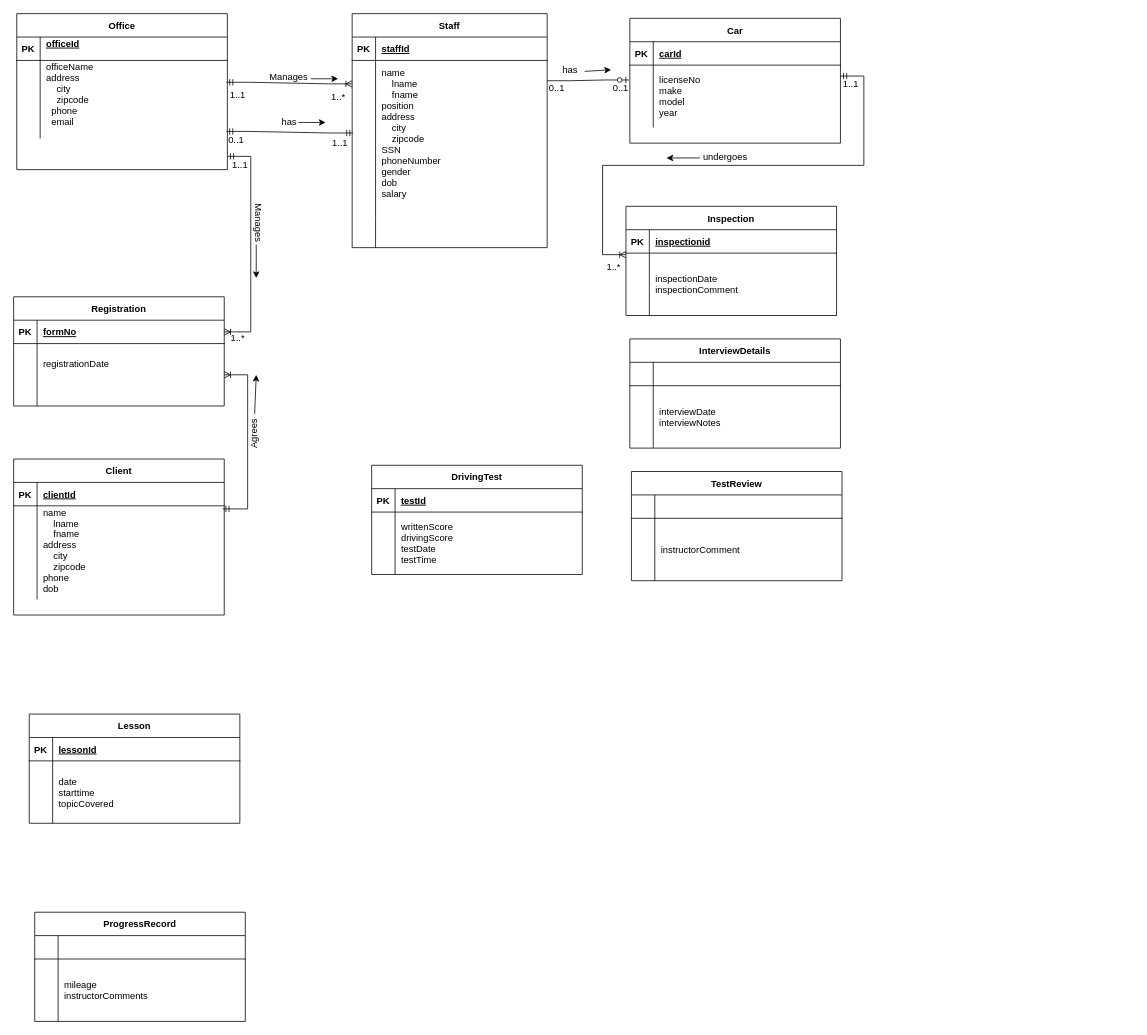
Before: dbms project part 1.drawio in arindakhill/7.-DBMS-by-Mrudula-Mukadam, a draw.io diagram. Source tidied: cells renumbered, new cells numbered last; positions are measured from the earlier drawing's top-left corner, leaving out a move shared by most shapes. Both pictures are drawn from the tidied source at 78%, with x=0, y=0 at pixel (-13, 13).
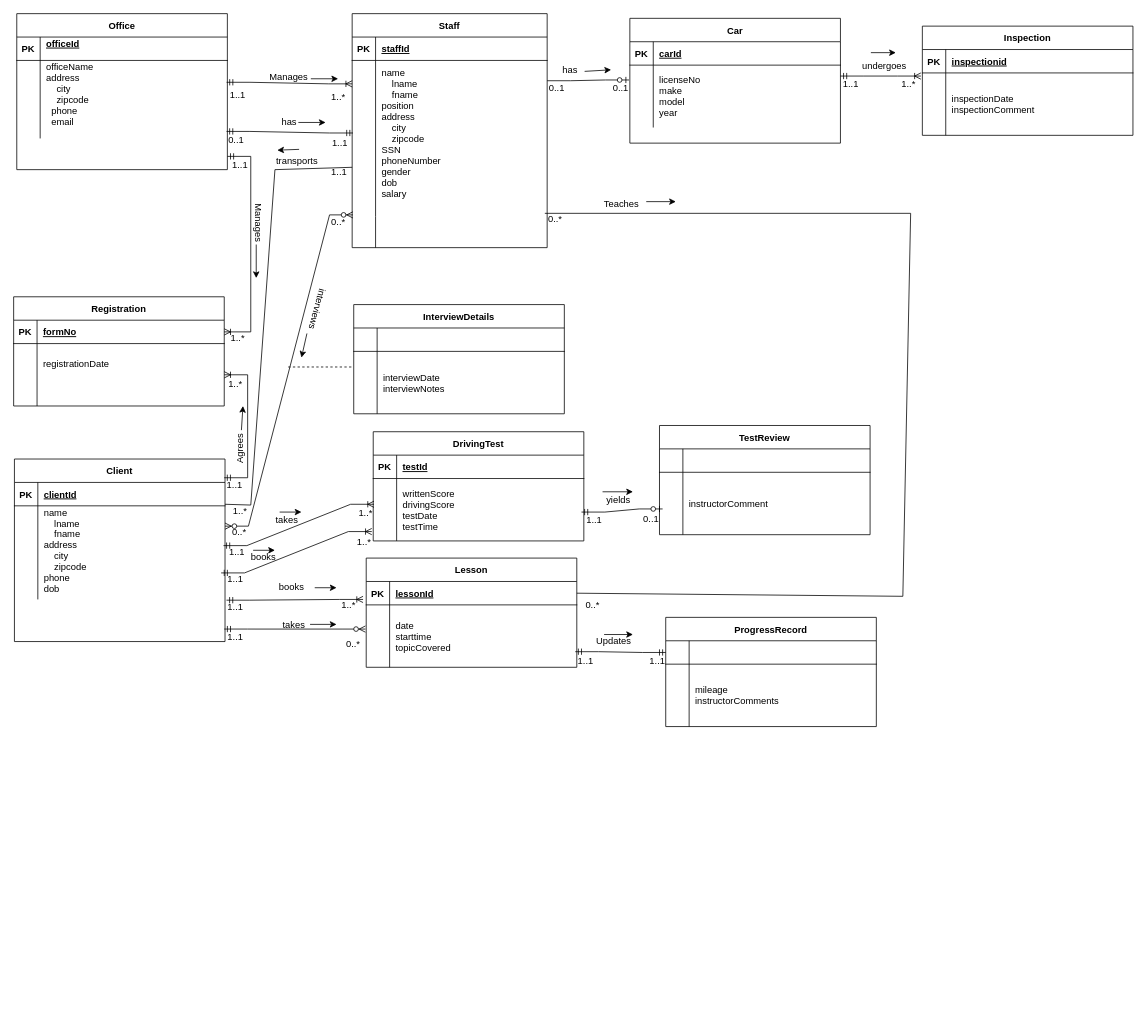
Above is the later version.

The change refers to these unchanged cells:
```xml
<mxCell id="6" style="shape=partialRectangle;fillColor=none;points=[[0,0.5],[1,0.5]];portConstraint=eastwest;top=0;left=0;right=0;bottom=0;" parent="2" vertex="1">
  <mxGeometry y="60" width="250" height="200" as="geometry" />
</mxCell>
<mxCell id="20" style="shape=partialRectangle;fillColor=none;points=[[0,0.5],[1,0.5]];portConstraint=eastwest;top=0;left=0;right=0;bottom=1;" parent="19" vertex="1">
  <mxGeometry y="30" width="270" height="30" as="geometry" />
</mxCell>
<mxCell id="23" style="shape=partialRectangle;fillColor=none;points=[[0,0.5],[1,0.5]];portConstraint=eastwest;top=0;left=0;right=0;bottom=0;" parent="19" vertex="1">
  <mxGeometry y="60" width="270" height="120" as="geometry" />
</mxCell>
<mxCell id="30" style="shape=partialRectangle;fillColor=none;points=[[0,0.5],[1,0.5]];portConstraint=eastwest;top=0;left=0;right=0;bottom=0;" parent="26" vertex="1">
  <mxGeometry y="60" width="270" height="80" as="geometry" />
</mxCell>
<mxCell id="37" style="shape=partialRectangle;fillColor=none;points=[[0,0.5],[1,0.5]];portConstraint=eastwest;top=0;left=0;right=0;bottom=0;" parent="33" vertex="1">
  <mxGeometry y="60" width="270" height="80" as="geometry" />
</mxCell>
<mxCell id="44" style="shape=partialRectangle;fillColor=none;points=[[0,0.5],[1,0.5]];portConstraint=eastwest;top=0;left=0;right=0;bottom=0;" parent="40" vertex="1">
  <mxGeometry y="60" width="270" height="80" as="geometry" />
</mxCell>
<mxCell id="48" style="shape=partialRectangle;fillColor=none;points=[[0,0.5],[1,0.5]];portConstraint=eastwest;top=0;left=0;right=0;bottom=1;" parent="47" vertex="1">
  <mxGeometry y="30" width="270" height="30" as="geometry" />
</mxCell>
<mxCell id="55" style="shape=partialRectangle;fillColor=none;points=[[0,0.5],[1,0.5]];portConstraint=eastwest;top=0;left=0;right=0;bottom=1;" parent="54" vertex="1">
  <mxGeometry y="30" width="270" height="30" as="geometry" />
</mxCell>
<mxCell id="65" style="shape=partialRectangle;fillColor=none;points=[[0,0.5],[1,0.5]];portConstraint=eastwest;top=0;left=0;right=0;bottom=0;" parent="61" vertex="1">
  <mxGeometry y="60" width="270" height="80" as="geometry" />
</mxCell>
```

What changed in the source:
```diff
@@
     <mxCell id="19" value="Client" style="shape=table;startSize=30;childLayout=tableLayout;rowLines=0;fontStyle=1;align=center;" parent="1" vertex="1">
-      <mxGeometry x="34" y="571" width="270" height="200" as="geometry" />
+      <mxGeometry x="35" y="571" width="270" height="234" as="geometry" />
     </mxCell>
@@
     <mxCell id="40" value="Inspection" style="shape=table;startSize=30;childLayout=tableLayout;rowLines=0;fontStyle=1;align=center;" parent="1" vertex="1">
-      <mxGeometry x="819" y="247" width="270" height="140" as="geometry" />
+      <mxGeometry x="1199" y="16" width="270" height="140" as="geometry" />
     </mxCell>
@@
     <mxCell id="47" value="Lesson" style="shape=table;startSize=30;childLayout=tableLayout;rowLines=0;fontStyle=1;align=center;" parent="1" vertex="1">
-      <mxGeometry x="54" y="898" width="270" height="140" as="geometry" />
+      <mxGeometry x="486" y="698" width="270" height="140" as="geometry" />
     </mxCell>
@@
     <mxCell id="54" value="ProgressRecord" style="shape=table;startSize=30;childLayout=tableLayout;rowLines=0;fontStyle=1;align=center;" parent="1" vertex="1">
-      <mxGeometry x="61" y="1152" width="270" height="140" as="geometry" />
+      <mxGeometry x="870" y="774" width="270" height="140" as="geometry" />
     </mxCell>
@@
     <mxCell id="61" value="DrivingTest" style="shape=table;startSize=30;childLayout=tableLayout;rowLines=0;fontStyle=1;align=center;" parent="1" vertex="1">
-      <mxGeometry x="493" y="579" width="270" height="140" as="geometry" />
+      <mxGeometry x="495" y="536" width="270" height="140" as="geometry" />
     </mxCell>
@@
     <mxCell id="68" value="TestReview" style="shape=table;startSize=30;childLayout=tableLayout;rowLines=0;fontStyle=1;align=center;" parent="1" vertex="1">
-      <mxGeometry x="826" y="587" width="270" height="140" as="geometry" />
+      <mxGeometry x="862" y="528" width="270" height="140" as="geometry" />
     </mxCell>
@@
     <mxCell id="75" value="InterviewDetails" style="shape=table;startSize=30;childLayout=tableLayout;rowLines=0;fontStyle=1;align=center;" parent="1" vertex="1">
-      <mxGeometry x="824" y="417" width="270" height="140" as="geometry" />
+      <mxGeometry x="470" y="373" width="270" height="140" as="geometry" />
     </mxCell>
@@
-    <mxCell id="96" style="edgeStyle=entityRelationEdgeStyle;fontSize=12;html=1;endArrow=ERoneToMany;startArrow=ERmandOne;rounded=0;exitX=1;exitY=0.175;exitDx=0;exitDy=0;exitPerimeter=0;" parent="1" edge="1" source="37">
+    <mxCell id="96" style="edgeStyle=entityRelationEdgeStyle;fontSize=12;html=1;endArrow=ERoneToMany;startArrow=ERmandOne;rounded=0;exitX=1;exitY=0.175;exitDx=0;exitDy=0;exitPerimeter=0;entryX=-0.007;entryY=0.05;entryDx=0;entryDy=0;entryPerimeter=0;" parent="1" edge="1" source="37" target="44">
       <mxGeometry relative="1" as="geometry">
-        <mxPoint x="819" y="309" as="targetPoint" />
         <Array as="points">
           <mxPoint x="943" y="191" />
           <mxPoint x="921" y="219" />
         </Array>
       </mxGeometry>
     </mxCell>
-    <mxCell id="97" style="endArrow=classic;html=1;rounded=0;" parent="1" edge="1">
+    <mxCell id="97" style="endArrow=classic;html=1;rounded=0;entryX=0.707;entryY=-0.154;entryDx=0;entryDy=0;entryPerimeter=0;" parent="1" edge="1" target="98">
       <mxGeometry relative="1" as="geometry">
-        <mxPoint x="914" y="185" as="sourcePoint" />
-        <mxPoint x="871" y="185" as="targetPoint" />
+        <mxPoint x="1133" y="50" as="sourcePoint" />
       </mxGeometry>
     </mxCell>
-    <mxCell id="98" value="undergoes" style="text;html=1;align=center;verticalAlign=middle;points=[];strokeColor=none;fillColor=none;" parent="1" vertex="1">
-      <mxGeometry x="908" y="171" width="75" height="26" as="geometry" />
+    <mxCell id="98" value="undergoes" style="text;html=1;align=center;verticalAlign=middle;points=[];strokeColor=none;fillColor=none;rotation=0;" parent="1" vertex="1">
+      <mxGeometry x="1112" y="54" width="75" height="26" as="geometry" />
     </mxCell>
@@
     <mxCell id="100" value="1..*" style="text;html=1;align=center;verticalAlign=middle;strokeColor=none;fillColor=none;" parent="1" vertex="1">
-      <mxGeometry x="785" y="312" width="36" height="26" as="geometry" />
+      <mxGeometry x="1163" y="78" width="36" height="26" as="geometry" />
     </mxCell>
-    <mxCell id="101" style="edgeStyle=entityRelationEdgeStyle;fontSize=12;html=1;endArrow=ERoneToMany;startArrow=ERmandOne;rounded=0;exitX=0.993;exitY=0.033;exitDx=0;exitDy=0;exitPerimeter=0;" parent="1" edge="1" source="23" target="30">
+    <mxCell id="101" style="edgeStyle=entityRelationEdgeStyle;fontSize=12;html=1;endArrow=ERoneToMany;startArrow=ERmandOne;rounded=0;exitX=0.996;exitY=-0.2;exitDx=0;exitDy=0;exitPerimeter=0;" parent="1" edge="1" source="20" target="30">
       <mxGeometry relative="1" as="geometry" />
     </mxCell>
@@
     <mxCell id="108" value="Agrees" style="text;html=1;align=center;verticalAlign=middle;strokeColor=none;fillColor=none;rotation=270;" parent="1" vertex="1">
-      <mxGeometry x="314" y="526" width="56" height="26" as="geometry" />
+      <mxGeometry x="296" y="545" width="56" height="26" as="geometry" />
     </mxCell>
     <mxCell id="109" style="endArrow=classic;html=1;rounded=0;" parent="1" edge="1">
       <mxGeometry relative="1" as="geometry">
-        <mxPoint x="343" y="513" as="sourcePoint" />
-        <mxPoint x="345" y="463" as="targetPoint" />
+        <mxPoint x="326" y="534" as="sourcePoint" />
+        <mxPoint x="328" y="503" as="targetPoint" />
       </mxGeometry>
     </mxCell>
+    <mxCell id="110" value="1..1" style="text;html=1;align=center;verticalAlign=middle;strokeColor=none;fillColor=none;" parent="1" vertex="1">
+      <mxGeometry x="298" y="592" width="38" height="26" as="geometry" />
+    </mxCell>
+    <mxCell id="111" value="1..*" style="text;html=1;align=center;verticalAlign=middle;strokeColor=none;fillColor=none;" parent="1" vertex="1">
+      <mxGeometry x="300" y="462" width="36" height="26" as="geometry" />
+    </mxCell>
+    <mxCell id="112" style="edgeStyle=entityRelationEdgeStyle;fontSize=12;html=1;endArrow=ERoneToMany;startArrow=ERmandOne;rounded=0;exitX=1.007;exitY=1.008;exitDx=0;exitDy=0;exitPerimeter=0;entryX=-0.015;entryY=0.767;entryDx=0;entryDy=0;entryPerimeter=0;" parent="1" edge="1" source="23" target="48">
+      <mxGeometry relative="1" as="geometry">
+        <Array as="points">
+          <mxPoint x="308" y="749" />
+        </Array>
+      </mxGeometry>
+    </mxCell>
+    <mxCell id="113" value="1..1" style="text;html=1;align=center;verticalAlign=middle;strokeColor=none;fillColor=none;" parent="1" vertex="1">
+      <mxGeometry x="299" y="748" width="38" height="26" as="geometry" />
+    </mxCell>
+    <mxCell id="114" value="1..*" style="text;html=1;align=center;verticalAlign=middle;strokeColor=none;fillColor=none;" parent="1" vertex="1">
+      <mxGeometry x="445" y="746" width="36" height="26" as="geometry" />
+    </mxCell>
+    <mxCell id="115" value="books" style="text;html=1;align=center;verticalAlign=middle;strokeColor=none;fillColor=none;" parent="1" vertex="1">
+      <mxGeometry x="365" y="723" width="50" height="26" as="geometry" />
+    </mxCell>
+    <mxCell id="116" style="endArrow=classic;html=1;rounded=0;" parent="1" edge="1">
+      <mxGeometry relative="1" as="geometry">
+        <mxPoint x="420" y="736" as="sourcePoint" />
+        <mxPoint x="448" y="736" as="targetPoint" />
+      </mxGeometry>
+    </mxCell>
+    <mxCell id="117" style="edgeStyle=entityRelationEdgeStyle;fontSize=12;html=1;endArrow=ERzeroToMany;startArrow=ERmandOne;rounded=0;exitX=0.132;exitY=0.115;exitDx=0;exitDy=0;exitPerimeter=0;" parent="1" edge="1" source="118">
+      <mxGeometry relative="1" as="geometry">
+        <mxPoint x="485" y="789" as="targetPoint" />
+      </mxGeometry>
+    </mxCell>
+    <mxCell id="118" value="1..1" style="text;html=1;align=center;verticalAlign=middle;points=[];strokeColor=none;fillColor=none;" parent="1" vertex="1">
+      <mxGeometry x="299" y="786" width="38" height="26" as="geometry" />
+    </mxCell>
+    <mxCell id="119" value="0..*" style="text;html=1;align=center;verticalAlign=middle;strokeColor=none;fillColor=none;" parent="1" vertex="1">
+      <mxGeometry x="451" y="796" width="36" height="26" as="geometry" />
+    </mxCell>
+    <mxCell id="120" value="takes" style="text;html=1;align=center;verticalAlign=middle;strokeColor=none;fillColor=none;" parent="1" vertex="1">
+      <mxGeometry x="369" y="771" width="47" height="26" as="geometry" />
+    </mxCell>
+    <mxCell id="121" style="endArrow=classic;html=1;rounded=0;entryX=-0.111;entryY=-0.154;entryDx=0;entryDy=0;entryPerimeter=0;" parent="1" edge="1">
+      <mxGeometry relative="1" as="geometry">
+        <mxPoint x="414" y="783" as="sourcePoint" />
+        <mxPoint x="448" y="783" as="targetPoint" />
+      </mxGeometry>
+    </mxCell>
+    <mxCell id="122" style="edgeStyle=entityRelationEdgeStyle;fontSize=12;html=1;endArrow=ERoneToMany;startArrow=ERmandOne;rounded=0;exitX=1.007;exitY=1.008;exitDx=0;exitDy=0;exitPerimeter=0;entryX=-0.007;entryY=0.85;entryDx=0;entryDy=0;entryPerimeter=0;" parent="1" edge="1" target="65">
+      <mxGeometry relative="1" as="geometry">
+        <mxPoint x="300" y="717" as="sourcePoint" />
+        <Array as="points">
+          <mxPoint x="301" y="714" />
+        </Array>
+      </mxGeometry>
+    </mxCell>
+    <mxCell id="123" style="edgeStyle=entityRelationEdgeStyle;fontSize=12;html=1;endArrow=ERoneToMany;startArrow=ERmandOne;rounded=0;exitX=1.007;exitY=1.008;exitDx=0;exitDy=0;exitPerimeter=0;entryX=-0.007;entryY=0.85;entryDx=0;entryDy=0;entryPerimeter=0;" parent="1" edge="1">
+      <mxGeometry relative="1" as="geometry">
+        <mxPoint x="303" y="682" as="sourcePoint" />
+        <mxPoint x="496" y="629" as="targetPoint" />
+        <Array as="points">
+          <mxPoint x="304" y="679" />
+        </Array>
+      </mxGeometry>
+    </mxCell>
+    <mxCell id="124" value="1..1" style="text;html=1;align=center;verticalAlign=middle;strokeColor=none;fillColor=none;" parent="1" vertex="1">
+      <mxGeometry x="299" y="712" width="38" height="26" as="geometry" />
+    </mxCell>
+    <mxCell id="125" value="1..1" style="text;html=1;align=center;verticalAlign=middle;strokeColor=none;fillColor=none;" parent="1" vertex="1">
+      <mxGeometry x="301" y="678" width="38" height="26" as="geometry" />
+    </mxCell>
+    <mxCell id="126" value="1..*" style="text;html=1;align=center;verticalAlign=middle;strokeColor=none;fillColor=none;" parent="1" vertex="1">
+      <mxGeometry x="467" y="627" width="36" height="26" as="geometry" />
+    </mxCell>
+    <mxCell id="127" value="1..*" style="text;html=1;align=center;verticalAlign=middle;strokeColor=none;fillColor=none;" parent="1" vertex="1">
+      <mxGeometry x="465" y="665" width="36" height="26" as="geometry" />
+    </mxCell>
+    <mxCell id="128" value="books" style="text;html=1;align=center;verticalAlign=middle;strokeColor=none;fillColor=none;" parent="1" vertex="1">
+      <mxGeometry x="329" y="684" width="50" height="26" as="geometry" />
+    </mxCell>
+    <mxCell id="129" value="takes" style="text;html=1;align=center;verticalAlign=middle;strokeColor=none;fillColor=none;" parent="1" vertex="1">
+      <mxGeometry x="360" y="636" width="47" height="26" as="geometry" />
+    </mxCell>
+    <mxCell id="130" style="endArrow=classic;html=1;rounded=0;" parent="1" edge="1">
+      <mxGeometry relative="1" as="geometry">
+        <mxPoint x="341" y="688" as="sourcePoint" />
+        <mxPoint x="369" y="688" as="targetPoint" />
+      </mxGeometry>
+    </mxCell>
+    <mxCell id="131" style="endArrow=classic;html=1;rounded=0;" parent="1" edge="1">
+      <mxGeometry relative="1" as="geometry">
+        <mxPoint x="375" y="639" as="sourcePoint" />
+        <mxPoint x="403" y="639" as="targetPoint" />
+      </mxGeometry>
+    </mxCell>
+    <mxCell id="132" style="edgeStyle=entityRelationEdgeStyle;fontSize=12;html=1;endArrow=ERzeroToMany;endFill=1;startArrow=ERzeroToMany;rounded=0;entryX=0.004;entryY=0.99;entryDx=0;entryDy=0;entryPerimeter=0;exitX=1;exitY=0.217;exitDx=0;exitDy=0;exitPerimeter=0;" parent="1" edge="1" source="23" target="6">
+      <mxGeometry relative="1" as="geometry">
+        <Array as="points">
+          <mxPoint x="394" y="528" />
+          <mxPoint x="352" y="653" />
+          <mxPoint x="415" y="511" />
+        </Array>
+      </mxGeometry>
+    </mxCell>
+    <mxCell id="133" value="1..*" style="text;html=1;align=center;verticalAlign=middle;points=[];strokeColor=none;fillColor=none;" parent="1" vertex="1">
+      <mxGeometry x="306" y="625" width="36" height="26" as="geometry" />
+    </mxCell>
+    <mxCell id="134" value="0..*" style="text;html=1;align=center;verticalAlign=middle;strokeColor=none;fillColor=none;" parent="1" vertex="1">
+      <mxGeometry x="432" y="255" width="36" height="26" as="geometry" />
+    </mxCell>
+    <mxCell id="135" value="interviews" style="text;html=1;align=center;verticalAlign=middle;points=[];strokeColor=none;fillColor=none;rotation=105;" parent="1" vertex="1">
+      <mxGeometry x="388" y="365" width="71" height="26" as="geometry" />
+    </mxCell>
+    <mxCell id="136" style="endArrow=classic;html=1;rounded=0;exitX=0.985;exitY=0.683;exitDx=0;exitDy=0;exitPerimeter=0;" parent="1" edge="1" source="135">
+      <mxGeometry relative="1" as="geometry">
+        <mxPoint x="403" y="441" as="targetPoint" />
+      </mxGeometry>
+    </mxCell>
+    <mxCell id="137" style="endArrow=none;html=1;rounded=0;exitX=-0.028;exitY=0.154;exitDx=0;exitDy=0;exitPerimeter=0;entryX=0;entryY=0.685;entryDx=0;entryDy=0;entryPerimeter=0;" parent="1" edge="1" source="133" target="6">
+      <mxGeometry relative="1" as="geometry">
+        <Array as="points">
+          <mxPoint x="338" y="630" />
+          <mxPoint x="369" y="200" />
+        </Array>
+      </mxGeometry>
+    </mxCell>
+    <mxCell id="138" value="0..*" style="text;html=1;align=center;verticalAlign=middle;strokeColor=none;fillColor=none;" parent="1" vertex="1">
+      <mxGeometry x="305" y="652" width="36" height="26" as="geometry" />
+    </mxCell>
+    <mxCell id="139" value="1..1" style="text;html=1;align=center;verticalAlign=middle;strokeColor=none;fillColor=none;" parent="1" vertex="1">
+      <mxGeometry x="432" y="190" width="38" height="26" as="geometry" />
+    </mxCell>
+    <mxCell id="140" style="endArrow=none;dashed=1;html=1;rounded=0;" parent="1" edge="1">
+      <mxGeometry relative="1" as="geometry">
+        <mxPoint x="386" y="453" as="sourcePoint" />
+        <mxPoint x="467" y="453" as="targetPoint" />
+      </mxGeometry>
+    </mxCell>
+    <mxCell id="141" value="transports" style="text;html=1;align=center;verticalAlign=middle;points=[];strokeColor=none;fillColor=none;" parent="1" vertex="1">
+      <mxGeometry x="361" y="176" width="71" height="26" as="geometry" />
+    </mxCell>
+    <mxCell id="142" style="endArrow=classic;html=1;rounded=0;entryX=0.155;entryY=-0.038;entryDx=0;entryDy=0;entryPerimeter=0;exitX=0.549;exitY=-0.077;exitDx=0;exitDy=0;exitPerimeter=0;" parent="1" edge="1" source="141" target="141">
+      <mxGeometry relative="1" as="geometry" />
+    </mxCell>
+    <mxCell id="143" style="edgeStyle=entityRelationEdgeStyle;fontSize=12;html=1;endArrow=ERzeroToOne;startArrow=ERmandOne;rounded=0;" parent="1" edge="1">
+      <mxGeometry relative="1" as="geometry">
+        <mxPoint x="762" y="639" as="sourcePoint" />
+        <mxPoint x="866" y="635" as="targetPoint" />
+      </mxGeometry>
+    </mxCell>
+    <mxCell id="144" value="yields" style="text;html=1;align=center;verticalAlign=middle;strokeColor=none;fillColor=none;" parent="1" vertex="1">
+      <mxGeometry x="784" y="611" width="49" height="26" as="geometry" />
+    </mxCell>
+    <mxCell id="145" value="1..1" style="text;html=1;align=center;verticalAlign=middle;strokeColor=none;fillColor=none;" parent="1" vertex="1">
+      <mxGeometry x="759" y="636" width="38" height="26" as="geometry" />
+    </mxCell>
+    <mxCell id="146" value="0..1" style="text;html=1;align=center;verticalAlign=middle;strokeColor=none;fillColor=none;" parent="1" vertex="1">
+      <mxGeometry x="832" y="635" width="38" height="26" as="geometry" />
+    </mxCell>
+    <mxCell id="147" style="endArrow=classic;html=1;rounded=0;entryX=0.898;entryY=-0.038;entryDx=0;entryDy=0;entryPerimeter=0;" parent="1" edge="1">
+      <mxGeometry relative="1" as="geometry">
+        <mxPoint x="789" y="613" as="sourcePoint" />
+        <mxPoint x="828" y="613" as="targetPoint" />
+      </mxGeometry>
+    </mxCell>
+    <mxCell id="148" style="endArrow=none;html=1;rounded=0;entryX=1;entryY=0.5;entryDx=0;entryDy=0;" parent="1" edge="1" target="48">
+      <mxGeometry relative="1" as="geometry">
+        <mxPoint x="715" y="256" as="sourcePoint" />
+        <Array as="points">
+          <mxPoint x="1184" y="256" />
+          <mxPoint x="1174" y="747" />
+        </Array>
+      </mxGeometry>
+    </mxCell>
+    <mxCell id="149" value="0..*" style="text;html=1;align=center;verticalAlign=middle;strokeColor=none;fillColor=none;" parent="1" vertex="1">
+      <mxGeometry x="758" y="745" width="36" height="26" as="geometry" />
+    </mxCell>
+    <mxCell id="150" value="0..*" style="text;html=1;align=center;verticalAlign=middle;strokeColor=none;fillColor=none;" parent="1" vertex="1">
+      <mxGeometry x="710" y="251" width="36" height="26" as="geometry" />
+    </mxCell>
+    <mxCell id="151" value="Teaches" style="text;html=1;align=center;verticalAlign=middle;points=[];strokeColor=none;fillColor=none;" parent="1" vertex="1">
+      <mxGeometry x="781" y="231" width="63" height="26" as="geometry" />
+    </mxCell>
+    <mxCell id="152" style="endArrow=classic;html=1;rounded=0;exitX=1.016;exitY=0.385;exitDx=0;exitDy=0;exitPerimeter=0;" parent="1" edge="1" source="151">
+      <mxGeometry relative="1" as="geometry">
+        <mxPoint x="883" y="241" as="targetPoint" />
+      </mxGeometry>
+    </mxCell>
+    <mxCell id="153" style="edgeStyle=entityRelationEdgeStyle;fontSize=12;html=1;endArrow=ERmandOne;startArrow=ERmandOne;rounded=0;entryX=0;entryY=0.5;entryDx=0;entryDy=0;" parent="1" edge="1" target="55">
+      <mxGeometry relative="1" as="geometry">
+        <mxPoint x="754" y="818" as="sourcePoint" />
+      </mxGeometry>
+    </mxCell>
+    <mxCell id="154" value="1..1" style="text;html=1;align=center;verticalAlign=middle;strokeColor=none;fillColor=none;" parent="1" vertex="1">
+      <mxGeometry x="748" y="817" width="38" height="26" as="geometry" />
+    </mxCell>
+    <mxCell id="155" value="1..1" style="text;html=1;align=center;verticalAlign=middle;strokeColor=none;fillColor=none;" parent="1" vertex="1">
+      <mxGeometry x="840" y="817" width="38" height="26" as="geometry" />
+    </mxCell>
+    <mxCell id="156" value="Updates" style="text;html=1;align=center;verticalAlign=middle;strokeColor=none;fillColor=none;" parent="1" vertex="1">
+      <mxGeometry x="771" y="792" width="63" height="26" as="geometry" />
+    </mxCell>
+    <mxCell id="157" style="endArrow=classic;html=1;rounded=0;entryX=0.905;entryY=-0.154;entryDx=0;entryDy=0;entryPerimeter=0;" parent="1" edge="1">
+      <mxGeometry relative="1" as="geometry">
+        <mxPoint x="791" y="796" as="sourcePoint" />
+        <mxPoint x="828" y="796" as="targetPoint" />
+      </mxGeometry>
+    </mxCell>
```
